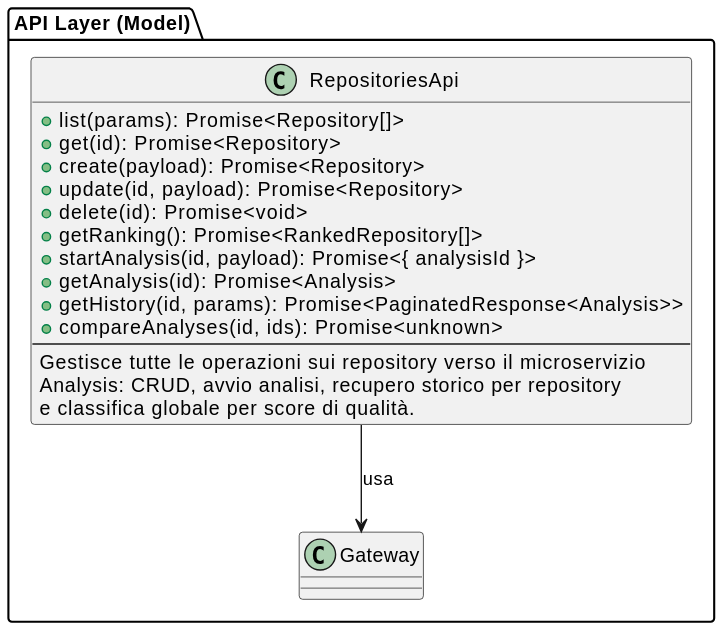
Above: assets/st_diagrams/svg/repositories_api.svg in SkarabGroup/DocumentazioneProgetto (PlantUML), before the change. Source of this version:
```plantuml
@startuml
package "API Layer (Model)" {
  class RepositoriesApi {
    + list(params): Promise<Repository[]>
    + get(id): Promise<Repository>
    + create(payload): Promise<Repository>
    + update(id, payload): Promise<Repository>
    + delete(id): Promise<void>
    + getRanking(): Promise<RankedRepository[]>
    + startAnalysis(id, payload): Promise<{ analysisId }>
    + getAnalysis(id): Promise<Analysis>
    + getHistory(id, params): Promise<PaginatedResponse<Analysis>>
    + compareAnalyses(id, ids): Promise<unknown>
    --
    Gestisce tutte le operazioni sui repository verso il microservizio
    Analysis: CRUD, avvio analisi, recupero storico per repository
    e classifica globale per score di qualità.
  }

  RepositoriesApi --> "Gateway" : usa
}
@enduml
```
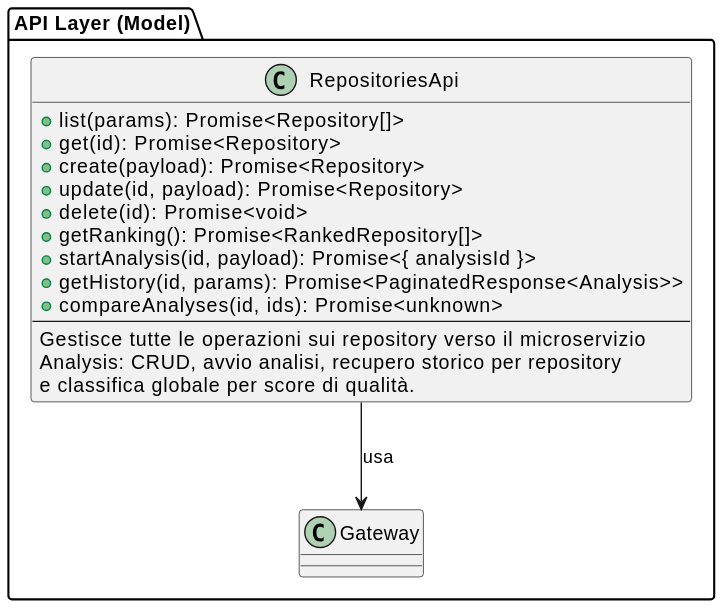
Later version of the same file.

The edit, as a diff of the source:
```diff
@@ -8,7 +8,6 @@
     + delete(id): Promise<void>
     + getRanking(): Promise<RankedRepository[]>
     + startAnalysis(id, payload): Promise<{ analysisId }>
-    + getAnalysis(id): Promise<Analysis>
     + getHistory(id, params): Promise<PaginatedResponse<Analysis>>
     + compareAnalyses(id, ids): Promise<unknown>
     --
```
